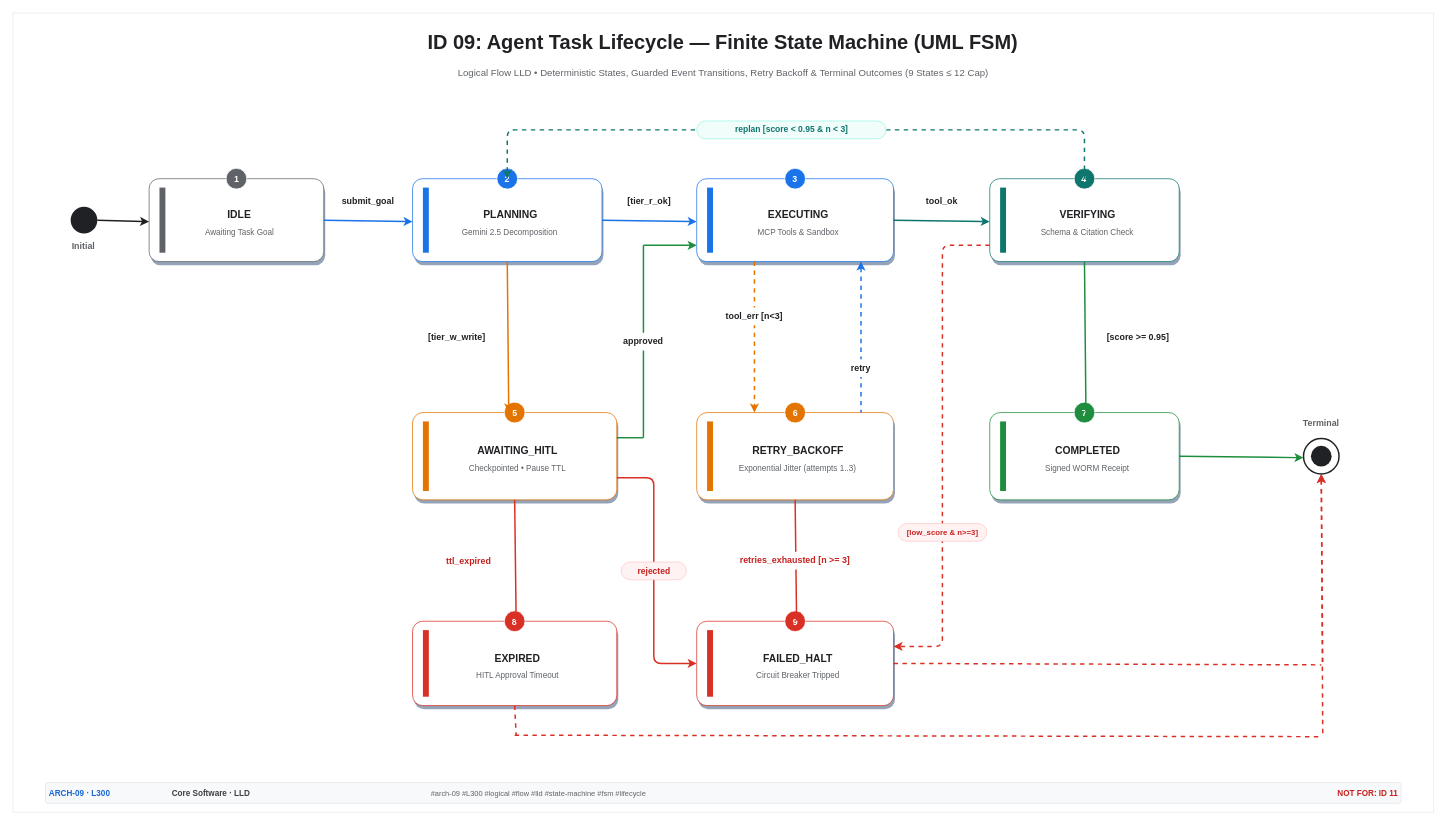
nitinaggarwal-12/PromptCanvas keeps this draw.io diagram as public/architecture-templates/xml/template_141.drawio. Above is the earlier version. Source tidied: cells renumbered, new cells numbered last; positions are measured from the earlier drawing's top-left corner, leaving out a move shared by most shapes. Both pictures are drawn from the tidied source at 74%, with x=0, y=0 at pixel (13, 13).
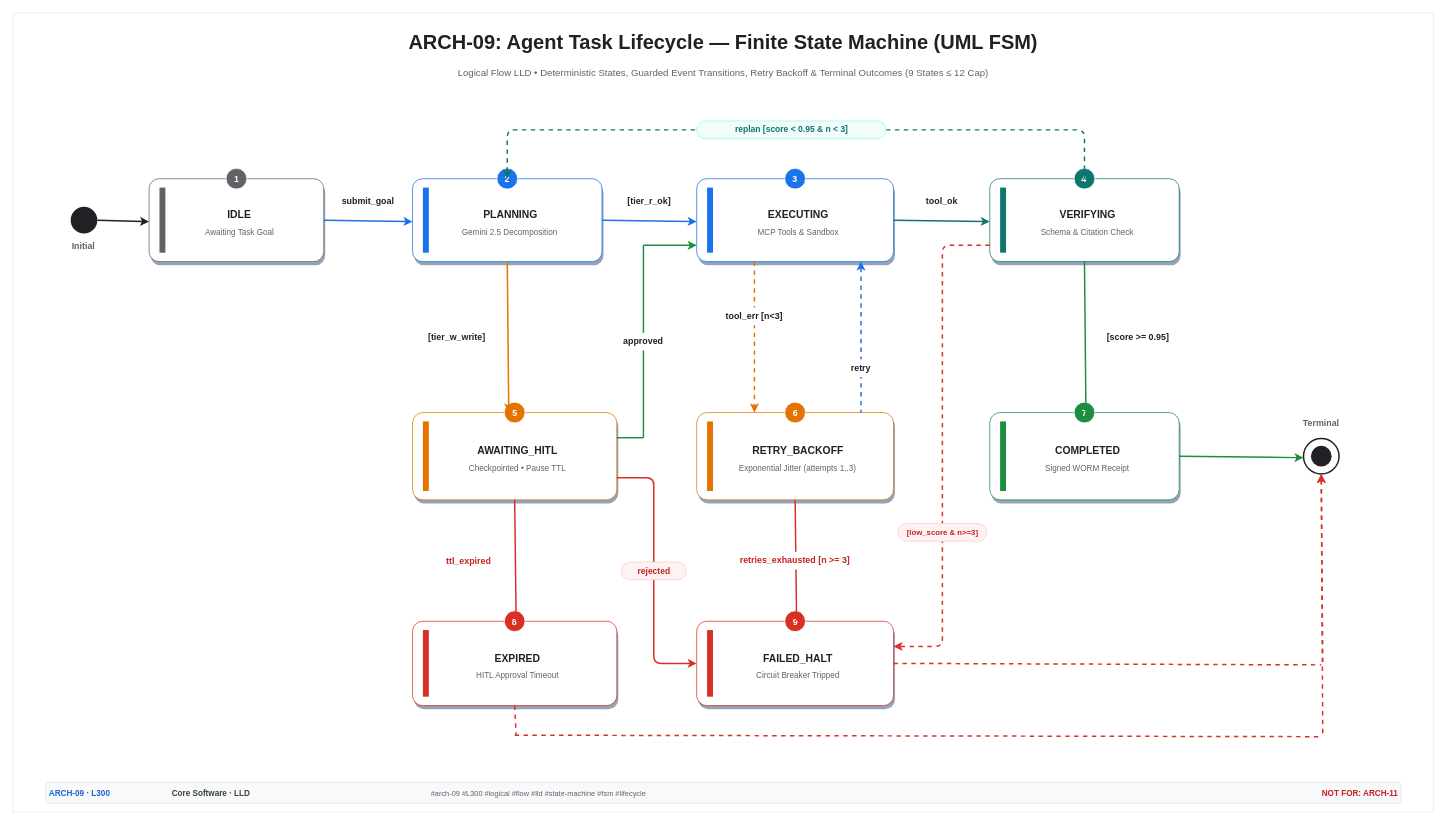
After the change.

The edit, as a diff of the source:
```diff
@@
-    <mxCell id="3" value="ID 09: Agent Task Lifecycle — Finite State Machine (UML FSM)" style="text;html=1;whiteSpace=wrap;align=center;verticalAlign=middle;fontColor=#202124;fontSize=27;fontStyle=1;spacingLeft=2;spacingRight=2;" parent="1" vertex="1">
-      <mxGeometry x="245" y="20.5" width="1429" height="39" as="geometry" />
+    <mxCell id="3" value="ARCH-09: Agent Task Lifecycle — Finite State Machine (UML FSM)" style="text;html=1;whiteSpace=wrap;align=center;verticalAlign=middle;fontColor=#202124;fontSize=27;fontStyle=1;spacingLeft=2;spacingRight=2;" parent="1" vertex="1">
+      <mxGeometry x="60" y="20.5" width="1800" height="39" as="geometry" />
     </mxCell>
@@
-    <mxCell id="116" value="NOT FOR: ID 11" style="text;html=1;whiteSpace=wrap;align=right;verticalAlign=middle;fontColor=#C5221F;fontSize=11;fontStyle=1;spacingLeft=2;spacingRight=2;" parent="1" vertex="1">
-      <mxGeometry x="1726" y="1045.5" width="150" height="18" as="geometry" />
+    <mxCell id="116" value="NOT FOR: ARCH-11" style="text;html=1;whiteSpace=wrap;align=right;verticalAlign=middle;fontColor=#C5221F;fontSize=11;fontStyle=1;spacingLeft=2;spacingRight=2;" parent="1" vertex="1">
+      <mxGeometry x="1672" y="1045.5" width="204" height="18" as="geometry" />
     </mxCell>
```
